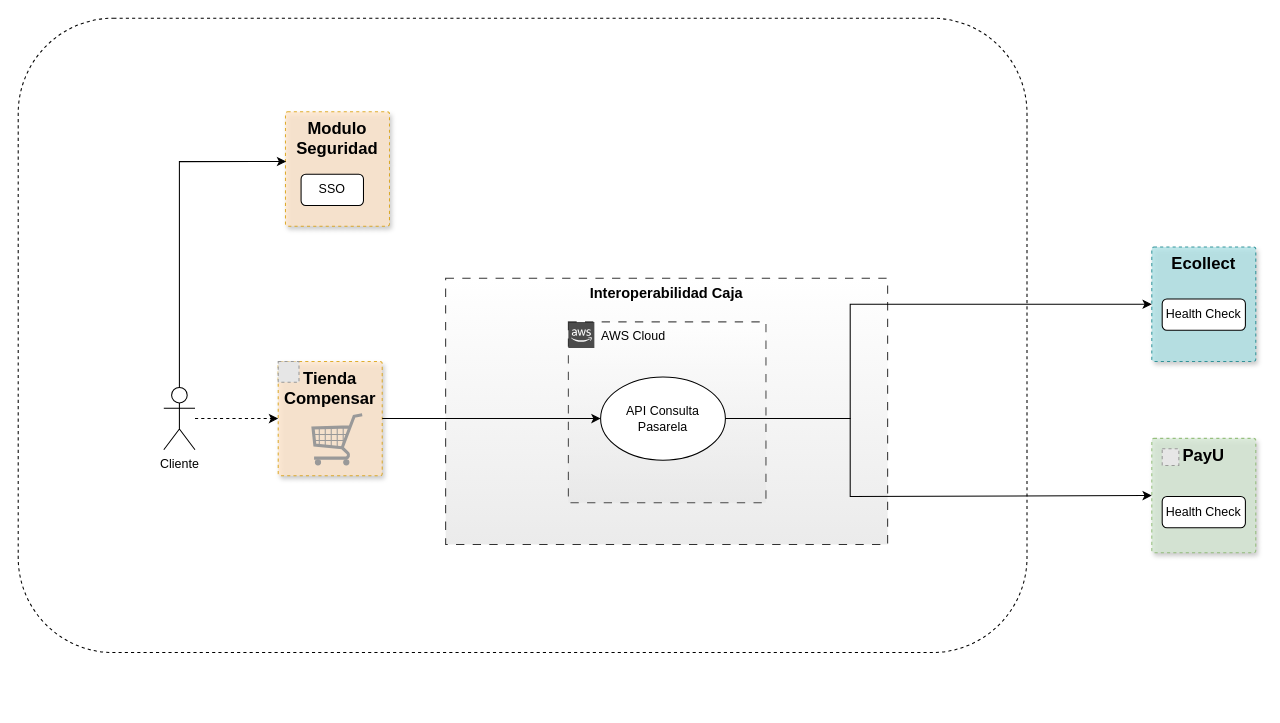
carlosvalderrama1204/diagrams keeps this draw.io diagram as page "API" (2 of 2) of Pasarela contingente.drawio. Above is the earlier version. Source tidied: cells renumbered, new cells numbered last; positions are measured from the earlier drawing's top-left corner, leaving out a move shared by most shapes. Both pictures are drawn from the tidied source at 104%, with x=0, y=0 at pixel (18, 18). Pictures stored in the file or linked from it are replaced by grey dashed boxes.
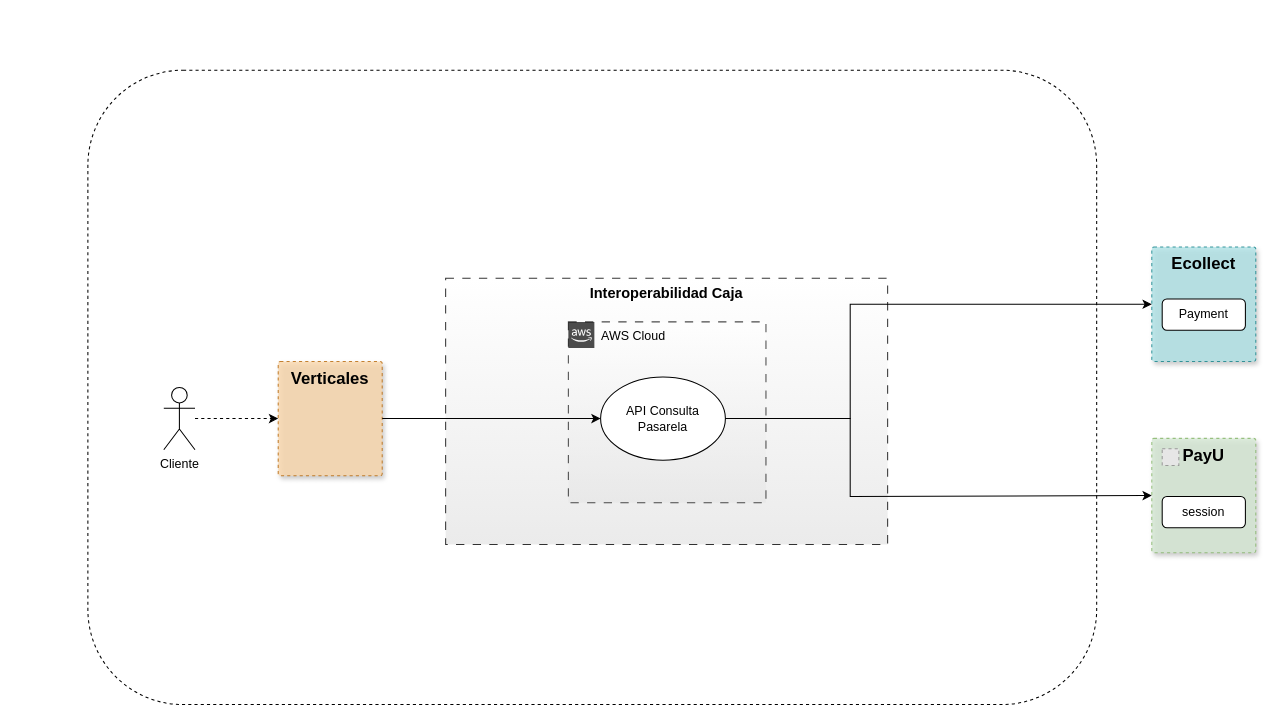
Above is the later version.

The change refers to these unchanged cells:
```xml
<mxCell id="8" value="Cliente" style="shape=umlActor;verticalLabelPosition=bottom;verticalAlign=top;html=1;outlineConnect=0;" parent="1" vertex="1">
  <mxGeometry x="140" y="355" width="30" height="60" as="geometry" />
</mxCell>
```

What changed in the source:
```diff
@@
     <mxCell id="2" style="rounded=1;whiteSpace=wrap;html=1;dashed=1;" parent="1" vertex="1">
-      <mxGeometry width="970" height="610" as="geometry" />
+      <mxGeometry x="67" y="50" width="970" height="610" as="geometry" />
     </mxCell>
@@
-    <mxCell id="4" value="Tienda Compensar" style="rounded=1;whiteSpace=wrap;html=1;labelBackgroundColor=none;labelBorderColor=none;fillStyle=auto;strokeColor=#d79b00;fontSize=16;fillColor=#ffe6cc;opacity=80;verticalAlign=top;align=center;dashed=1;arcSize=2;fontStyle=1;shadow=1;" parent="1" vertex="1">
+    <mxCell id="4" value="Verticales" style="rounded=1;whiteSpace=wrap;html=1;labelBackgroundColor=none;labelBorderColor=none;fillStyle=auto;strokeColor=#b46504;fontSize=16;fillColor=#fad7ac;opacity=80;verticalAlign=top;align=center;dashed=1;arcSize=2;fontStyle=1;shadow=1;" parent="1" vertex="1">
       <mxGeometry x="250" y="330" width="100" height="110" as="geometry" />
     </mxCell>
-    <mxCell id="5" style="fillColor=#E6E6E6;strokeColor=#999999;dashed=1;verticalLabelPosition=bottom;labelBackgroundColor=default;verticalAlign=top;" parent="1" vertex="1">
-      <mxGeometry x="250" y="330" width="20" height="20" as="geometry" />
-    </mxCell>
-    <mxCell id="6" style="verticalLabelPosition=bottom;shadow=0;dashed=0;align=center;html=1;verticalAlign=top;strokeWidth=1;shape=mxgraph.mockup.misc.shoppingCart;strokeColor=#999999;" parent="1" vertex="1">
-      <mxGeometry x="282" y="380" width="50" height="50" as="geometry" />
-    </mxCell>
@@
-    <mxCell id="9" value="Modulo Seguridad" style="rounded=1;whiteSpace=wrap;html=1;labelBackgroundColor=none;labelBorderColor=none;fillStyle=auto;strokeColor=#d79b00;fontSize=16;fillColor=#ffe6cc;opacity=80;verticalAlign=top;align=center;dashed=1;arcSize=2;fontStyle=1;shadow=1;" parent="1" vertex="1">
-      <mxGeometry x="257" y="90" width="100" height="110" as="geometry" />
-    </mxCell>
-    <mxCell id="10" value="SSO" style="rounded=1;whiteSpace=wrap;html=1;" parent="1" vertex="1">
-      <mxGeometry x="272" y="150" width="60" height="30" as="geometry" />
-    </mxCell>
-    <mxCell id="11" style="edgeStyle=orthogonalEdgeStyle;rounded=0;jettySize=auto;html=1;entryX=0.007;entryY=0.435;entryDx=0;entryDy=0;entryPerimeter=0;" parent="1" edge="1" source="8" target="9">
-      <mxGeometry relative="1" as="geometry">
-        <Array as="points">
-          <mxPoint x="155" y="138" />
-        </Array>
-      </mxGeometry>
-    </mxCell>
@@
-    <mxCell id="20" value="Health Check" style="rounded=1;whiteSpace=wrap;html=1;" parent="1" vertex="1">
+    <mxCell id="20" value="Payment" style="rounded=1;whiteSpace=wrap;html=1;" parent="1" vertex="1">
       <mxGeometry x="1100" y="270" width="80" height="30" as="geometry" />
     </mxCell>
-    <mxCell id="21" value="Health Check" style="rounded=1;whiteSpace=wrap;html=1;" parent="1" vertex="1">
+    <mxCell id="21" value="session" style="rounded=1;whiteSpace=wrap;html=1;" parent="1" vertex="1">
       <mxGeometry x="1100" y="460" width="80" height="30" as="geometry" />
     </mxCell>
```
